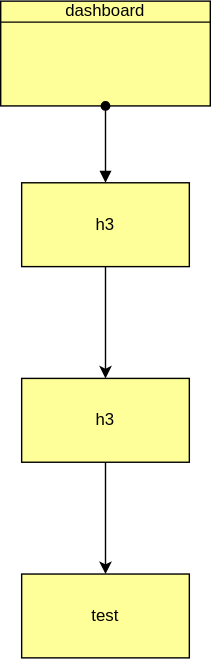
This is tests/docs/drawio-archimate/test.drawio.svg from biz-dev-ops/md-docs-cli, a draw.io export, as it was before one commit. Source tidied: cells renumbered, new cells last; positions are measured from the earlier drawing's top-left corner, leaving out a move shared by most shapes.
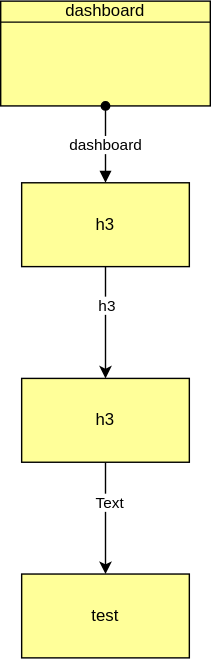
The same diagram one commit later.

What changed in the source:
```diff
@@ -8,15 +8,21 @@
     <mxCell id="3" style="edgeStyle=none;html=1;" parent="1" edge="1" source="4" target="7">
       <mxGeometry relative="1" as="geometry" />
     </mxCell>
+    <mxCell id="9" value="h3" style="edgeLabel;html=1;align=center;verticalAlign=middle;" parent="3" vertex="1">
+      <mxGeometry x="-0.33" relative="1" as="geometry" />
+    </mxCell>
     <mxCell id="4" value="h3" style="whiteSpace=wrap;html=1;fillColor=#ffff99;" parent="1" vertex="1">
       <mxGeometry x="15" y="130" width="120" height="60" as="geometry" />
     </mxCell>
-    <mxCell id="5" style="endArrow=block;html=1;endFill=1;startArrow=oval;startFill=1;edgeStyle=elbowEdgeStyle;elbow=vertical;exitX=0.5;exitY=1;exitDx=0;exitDy=0;exitPerimeter=0;entryX=0.5;entryY=0;entryDx=0;entryDy=0;" parent="1" edge="1" source="2" target="4">
+    <mxCell id="5" value="dashboard" style="endArrow=block;html=1;endFill=1;startArrow=oval;startFill=1;edgeStyle=elbowEdgeStyle;elbow=horizontal;exitX=0.5;exitY=1;exitDx=0;exitDy=0;exitPerimeter=0;entryX=0.5;entryY=0;entryDx=0;entryDy=0;" parent="1" edge="1" source="2" target="4">
       <mxGeometry relative="1" as="geometry" />
     </mxCell>
     <mxCell id="6" style="edgeStyle=none;html=1;" parent="1" edge="1" source="7" target="8">
       <mxGeometry relative="1" as="geometry" />
     </mxCell>
+    <mxCell id="10" value="Text" style="edgeLabel;html=1;align=center;verticalAlign=middle;" parent="6" vertex="1">
+      <mxGeometry x="-0.3" y="2" relative="1" as="geometry" />
+    </mxCell>
     <mxCell id="7" value="h3" style="whiteSpace=wrap;html=1;fillColor=#ffff99;" parent="1" vertex="1">
       <mxGeometry x="15" y="270" width="120" height="60" as="geometry" />
     </mxCell>
```
